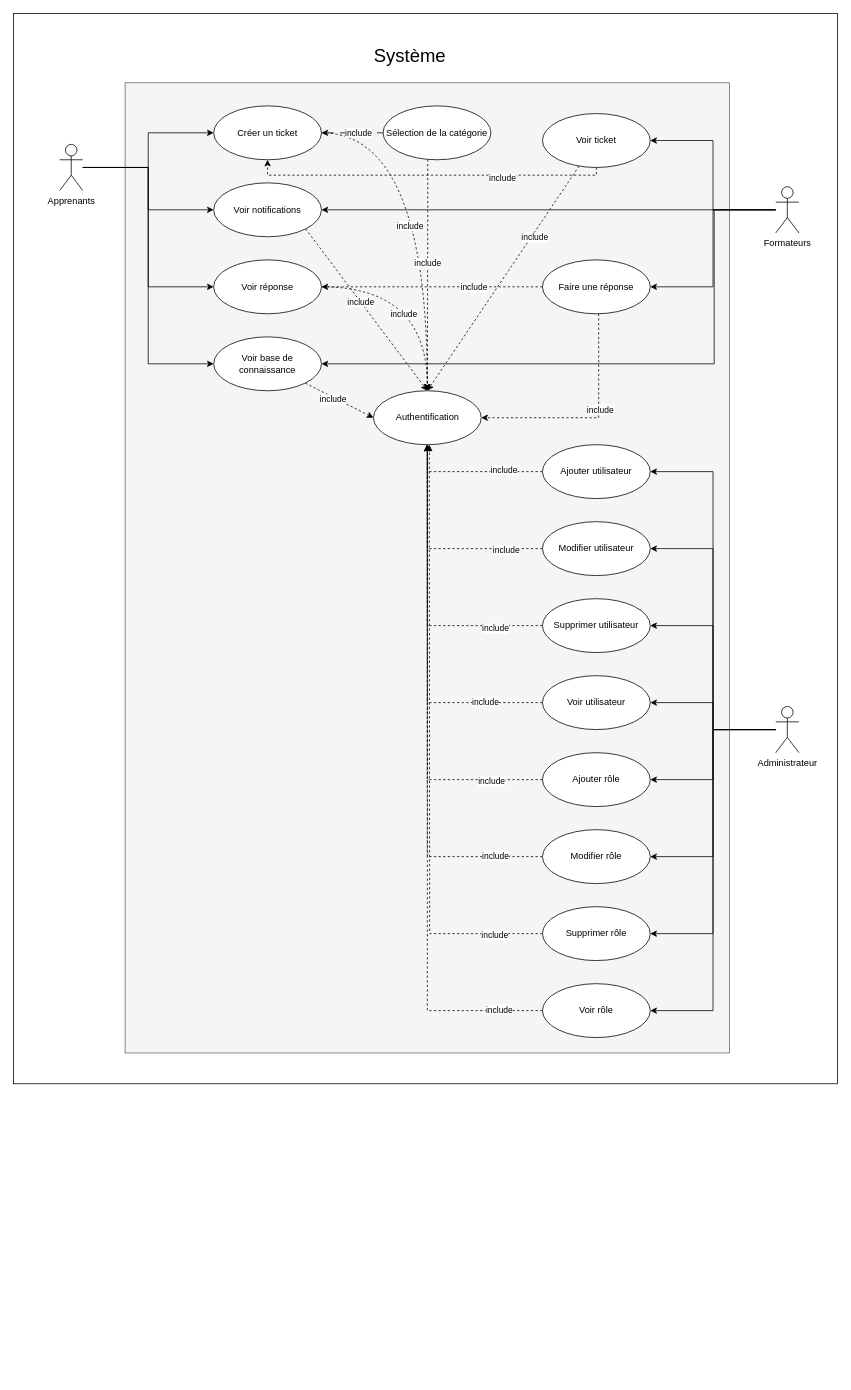
reyptz/API-Gestion-Tickets keeps this draw.io diagram as Diagramme sans nom.drawio. Above is the earlier version. Source tidied: cells renumbered, new cells numbered last; positions are measured from the earlier drawing's top-left corner, leaving out a move shared by most shapes. Both pictures are drawn from the tidied source at 77%, with x=0, y=0 at pixel (13, 13).
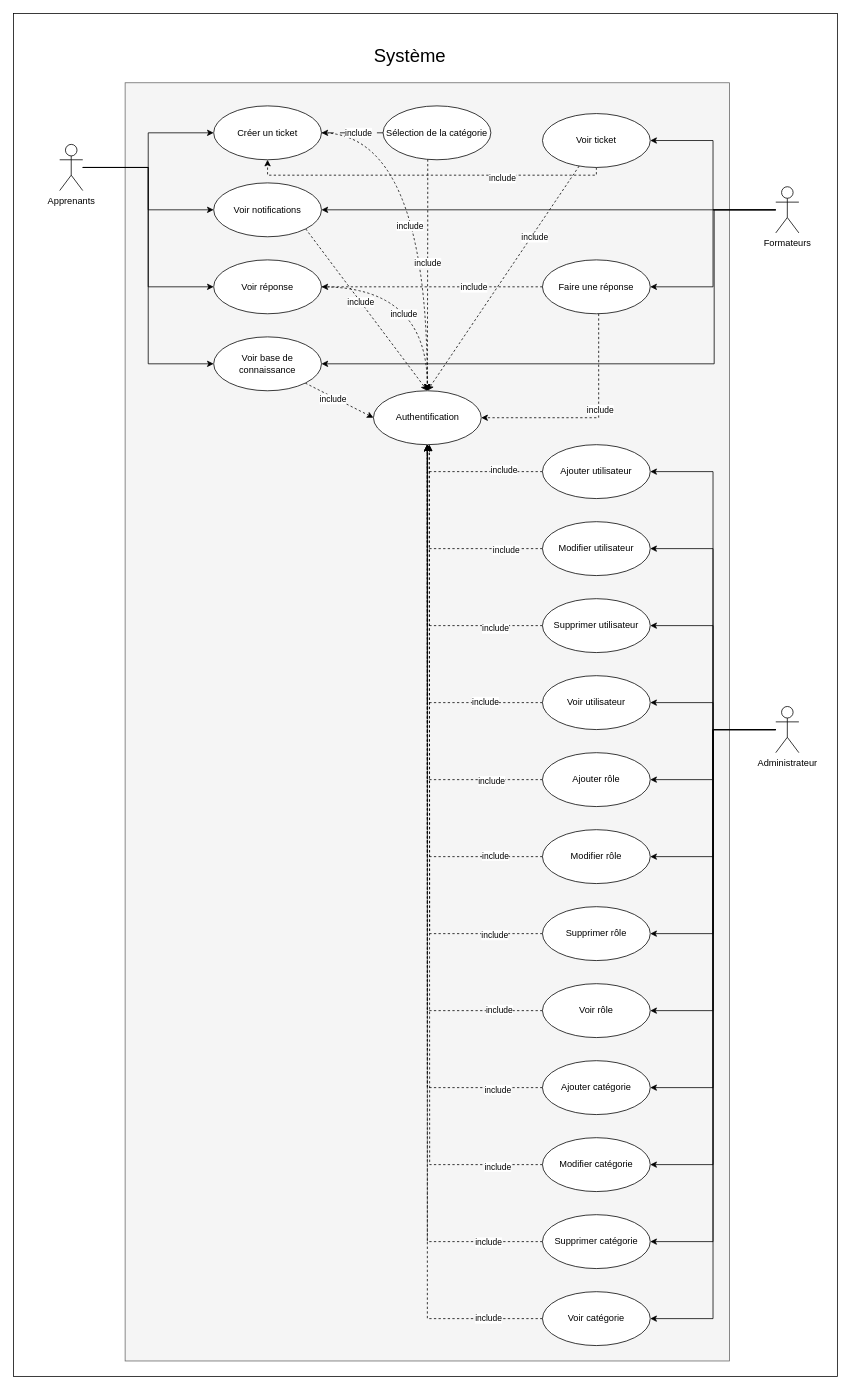
After the change.

Commit message:
Ajouté(e) Diagramme use case.drawio

The change refers to these unchanged cells:
```xml
<mxCell id="23" value="Administrateur" style="shape=umlActor;verticalLabelPosition=bottom;verticalAlign=top;html=1;outlineConnect=0;" parent="1" vertex="1">
  <mxGeometry x="990" y="900" width="30" height="60" as="geometry" />
</mxCell>
<mxCell id="75" value="Authentification" style="ellipse;whiteSpace=wrap;html=1;" parent="1" vertex="1">
  <mxGeometry x="467.5" y="490" width="140" height="70" as="geometry" />
</mxCell>
```

Diff of the diagram source:
```diff
@@
     <mxCell id="2" style="rounded=0;whiteSpace=wrap;html=1;" parent="1" vertex="1">
-      <mxGeometry width="1070" height="1390" as="geometry" />
+      <mxGeometry width="1070" height="1770" as="geometry" />
     </mxCell>
     <mxCell id="3" style="rounded=0;whiteSpace=wrap;html=1;fillColor=#f5f5f5;fontColor=#333333;strokeColor=#666666;" parent="1" vertex="1">
-      <mxGeometry x="145" y="90" width="785" height="1260" as="geometry" />
+      <mxGeometry x="145" y="90" width="785" height="1660" as="geometry" />
     </mxCell>
@@
+    <mxCell id="76" style="edgeStyle=orthogonalEdgeStyle;rounded=0;jettySize=auto;html=1;entryX=1;entryY=0.5;entryDx=0;entryDy=0;" parent="1" edge="1" source="23" target="82">
+      <mxGeometry relative="1" as="geometry" />
+    </mxCell>
+    <mxCell id="77" style="edgeStyle=orthogonalEdgeStyle;rounded=0;jettySize=auto;html=1;entryX=1;entryY=0.5;entryDx=0;entryDy=0;" parent="1" edge="1" source="23" target="85">
+      <mxGeometry relative="1" as="geometry" />
+    </mxCell>
+    <mxCell id="78" style="edgeStyle=orthogonalEdgeStyle;rounded=0;jettySize=auto;html=1;entryX=1;entryY=0.5;entryDx=0;entryDy=0;" parent="1" edge="1" source="23" target="88">
+      <mxGeometry relative="1" as="geometry" />
+    </mxCell>
+    <mxCell id="79" style="edgeStyle=orthogonalEdgeStyle;rounded=0;jettySize=auto;html=1;entryX=1;entryY=0.5;entryDx=0;entryDy=0;" parent="1" edge="1" source="23" target="91">
+      <mxGeometry relative="1" as="geometry" />
+    </mxCell>
@@
+    <mxCell id="80" style="edgeStyle=orthogonalEdgeStyle;rounded=0;jettySize=auto;html=1;entryX=0.5;entryY=1;entryDx=0;entryDy=0;dashed=1;" parent="1" edge="1" source="82" target="75">
+      <mxGeometry relative="1" as="geometry" />
+    </mxCell>
+    <mxCell id="81" value="include" style="edgeLabel;html=1;align=center;verticalAlign=middle;" parent="80" vertex="1">
+      <mxGeometry x="-0.88" y="2" relative="1" as="geometry" />
+    </mxCell>
+    <mxCell id="82" value="Ajouter&amp;nbsp;catégorie" style="ellipse;whiteSpace=wrap;html=1;" parent="1" vertex="1">
+      <mxGeometry x="687" y="1360" width="140" height="70" as="geometry" />
+    </mxCell>
+    <mxCell id="83" style="edgeStyle=orthogonalEdgeStyle;rounded=0;jettySize=auto;html=1;dashed=1;" parent="1" edge="1" source="85">
+      <mxGeometry relative="1" as="geometry">
+        <mxPoint x="540" y="560" as="targetPoint" />
+      </mxGeometry>
+    </mxCell>
+    <mxCell id="84" value="include" style="edgeLabel;html=1;align=center;verticalAlign=middle;" parent="83" vertex="1">
+      <mxGeometry x="-0.89" y="2" relative="1" as="geometry" />
+    </mxCell>
+    <mxCell id="85" value="Modifier catégorie" style="ellipse;whiteSpace=wrap;html=1;" parent="1" vertex="1">
+      <mxGeometry x="687" y="1460" width="140" height="70" as="geometry" />
+    </mxCell>
+    <mxCell id="86" style="edgeStyle=orthogonalEdgeStyle;rounded=0;jettySize=auto;html=1;entryX=0.5;entryY=1;entryDx=0;entryDy=0;dashed=1;" parent="1" edge="1" source="88" target="75">
+      <mxGeometry relative="1" as="geometry" />
+    </mxCell>
+    <mxCell id="87" value="include" style="edgeLabel;html=1;align=center;verticalAlign=middle;" parent="86" vertex="1">
+      <mxGeometry x="-0.88" relative="1" as="geometry" />
+    </mxCell>
+    <mxCell id="88" value="Supprimer catégorie" style="ellipse;whiteSpace=wrap;html=1;" parent="1" vertex="1">
+      <mxGeometry x="687" y="1560" width="140" height="70" as="geometry" />
+    </mxCell>
+    <mxCell id="89" style="edgeStyle=orthogonalEdgeStyle;rounded=0;jettySize=auto;html=1;entryX=0.5;entryY=1;entryDx=0;entryDy=0;dashed=1;" parent="1" edge="1" source="91" target="75">
+      <mxGeometry relative="1" as="geometry" />
+    </mxCell>
+    <mxCell id="90" value="include" style="edgeLabel;html=1;align=center;verticalAlign=middle;" parent="89" vertex="1">
+      <mxGeometry x="-0.89" y="-1" relative="1" as="geometry" />
+    </mxCell>
+    <mxCell id="91" value="Voir catégorie" style="ellipse;whiteSpace=wrap;html=1;" parent="1" vertex="1">
+      <mxGeometry x="687" y="1660" width="140" height="70" as="geometry" />
+    </mxCell>
```
